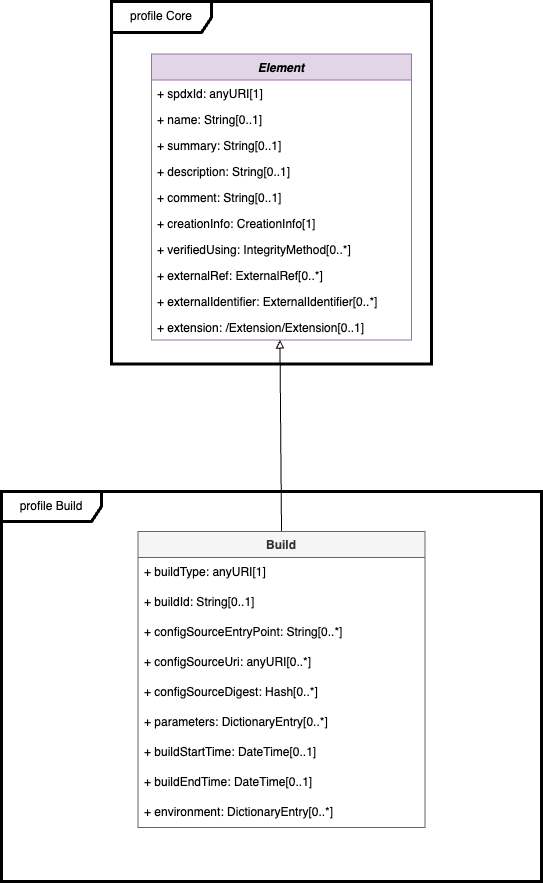
spdx/spdx-spec keeps this draw.io diagram as docs/images/model-build.png. Above is the earlier version. Source tidied: cells renumbered, new cells last; positions are measured from the earlier drawing's top-left corner, leaving out a move shared by most shapes.
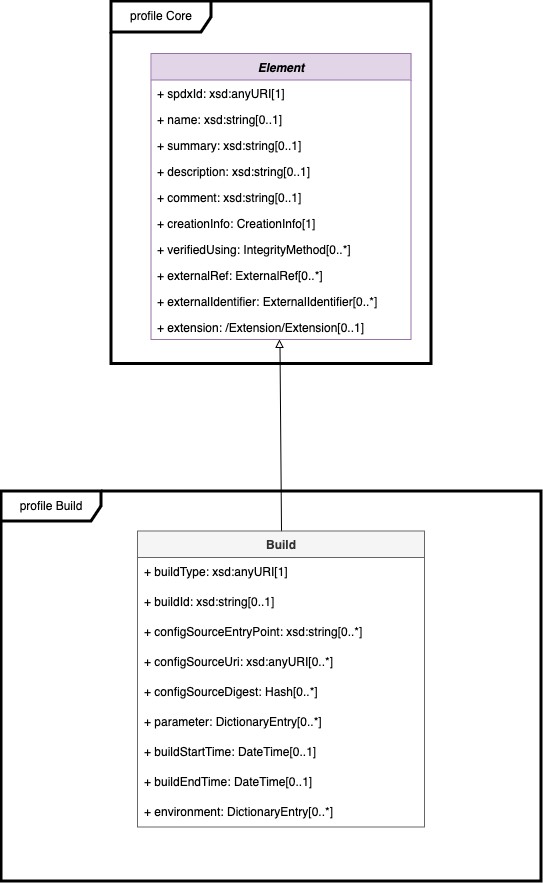
The same file after the commit.

Change to the diagram source:
```diff
@@ -8,19 +8,19 @@
     <mxCell id="3" value="Element" style="swimlane;fontStyle=3;horizontal=1;startSize=26;fillColor=#e1d5e7;strokeColor=#9673a6;" parent="1" vertex="1">
       <mxGeometry x="150" y="52.5" width="260" height="286" as="geometry" />
     </mxCell>
-    <mxCell id="4" value="+ spdxId: anyURI[1]" style="text;strokeColor=none;fillColor=none;align=left;verticalAlign=top;spacingLeft=4;spacingRight=4;overflow=hidden;" parent="3" vertex="1">
+    <mxCell id="4" value="+ spdxId: xsd:anyURI[1]" style="text;strokeColor=none;fillColor=none;align=left;verticalAlign=top;spacingLeft=4;spacingRight=4;overflow=hidden;" parent="3" vertex="1">
       <mxGeometry y="26" width="260" height="26" as="geometry" />
     </mxCell>
-    <mxCell id="5" value="+ name: String[0..1]" style="text;strokeColor=none;fillColor=none;align=left;verticalAlign=top;spacingLeft=4;spacingRight=4;overflow=hidden;" parent="3" vertex="1">
+    <mxCell id="5" value="+ name: xsd:string[0..1]" style="text;strokeColor=none;fillColor=none;align=left;verticalAlign=top;spacingLeft=4;spacingRight=4;overflow=hidden;" parent="3" vertex="1">
       <mxGeometry y="52" width="260" height="26" as="geometry" />
     </mxCell>
-    <mxCell id="6" value="+ summary: String[0..1]" style="text;strokeColor=none;fillColor=none;align=left;verticalAlign=top;spacingLeft=4;spacingRight=4;overflow=hidden;" parent="3" vertex="1">
+    <mxCell id="6" value="+ summary: xsd:string[0..1]" style="text;strokeColor=none;fillColor=none;align=left;verticalAlign=top;spacingLeft=4;spacingRight=4;overflow=hidden;" parent="3" vertex="1">
       <mxGeometry y="78" width="260" height="26" as="geometry" />
     </mxCell>
-    <mxCell id="7" value="+ description: String[0..1]" style="text;strokeColor=none;fillColor=none;align=left;verticalAlign=top;spacingLeft=4;spacingRight=4;overflow=hidden;" parent="3" vertex="1">
+    <mxCell id="7" value="+ description: xsd:string[0..1]" style="text;strokeColor=none;fillColor=none;align=left;verticalAlign=top;spacingLeft=4;spacingRight=4;overflow=hidden;" parent="3" vertex="1">
       <mxGeometry y="104" width="260" height="26" as="geometry" />
     </mxCell>
-    <mxCell id="8" value="+ comment: String[0..1]" style="text;strokeColor=none;fillColor=none;align=left;verticalAlign=top;spacingLeft=4;spacingRight=4;overflow=hidden;" parent="3" vertex="1">
+    <mxCell id="8" value="+ comment: xsd:string[0..1]" style="text;strokeColor=none;fillColor=none;align=left;verticalAlign=top;spacingLeft=4;spacingRight=4;overflow=hidden;" parent="3" vertex="1">
       <mxGeometry y="130" width="260" height="26" as="geometry" />
     </mxCell>
     <mxCell id="9" value="+ creationInfo: CreationInfo[1]" style="text;strokeColor=none;fillColor=none;align=left;verticalAlign=top;spacingLeft=4;spacingRight=4;overflow=hidden;" parent="3" vertex="1">
@@ -47,22 +47,22 @@
     <mxCell id="16" value="Build" style="swimlane;fontStyle=1;horizontal=1;startSize=26;fillColor=#f5f5f5;strokeColor=#666666;fontColor=#333333;" parent="1" vertex="1">
       <mxGeometry x="136.5" y="530" width="287" height="296" as="geometry" />
     </mxCell>
-    <mxCell id="17" value="+ buildType: anyURI[1]" style="text;strokeColor=none;fillColor=none;align=left;verticalAlign=middle;spacingLeft=4;spacingRight=4;overflow=hidden;whiteSpace=wrap;html=1;" parent="16" vertex="1">
+    <mxCell id="17" value="+ buildType: xsd:anyURI[1]" style="text;strokeColor=none;fillColor=none;align=left;verticalAlign=middle;spacingLeft=4;spacingRight=4;overflow=hidden;whiteSpace=wrap;html=1;" parent="16" vertex="1">
       <mxGeometry y="26" width="287" height="30" as="geometry" />
     </mxCell>
-    <mxCell id="18" value="+ buildId: String[0..1]" style="text;strokeColor=none;fillColor=none;align=left;verticalAlign=middle;spacingLeft=4;spacingRight=4;overflow=hidden;whiteSpace=wrap;html=1;" parent="16" vertex="1">
+    <mxCell id="18" value="+ buildId: xsd:string[0..1]" style="text;strokeColor=none;fillColor=none;align=left;verticalAlign=middle;spacingLeft=4;spacingRight=4;overflow=hidden;whiteSpace=wrap;html=1;" parent="16" vertex="1">
       <mxGeometry y="56" width="287" height="30" as="geometry" />
     </mxCell>
-    <mxCell id="19" value="+ configSourceEntryPoint: String[0..*]" style="text;strokeColor=none;fillColor=none;align=left;verticalAlign=middle;spacingLeft=4;spacingRight=4;overflow=hidden;whiteSpace=wrap;html=1;" parent="16" vertex="1">
+    <mxCell id="19" value="+ configSourceEntryPoint: xsd:string[0..*]" style="text;strokeColor=none;fillColor=none;align=left;verticalAlign=middle;spacingLeft=4;spacingRight=4;overflow=hidden;whiteSpace=wrap;html=1;" parent="16" vertex="1">
       <mxGeometry y="86" width="287" height="30" as="geometry" />
     </mxCell>
-    <mxCell id="20" value="+ configSourceUri: anyURI[0..*]" style="text;strokeColor=none;fillColor=none;align=left;verticalAlign=middle;spacingLeft=4;spacingRight=4;overflow=hidden;whiteSpace=wrap;html=1;" parent="16" vertex="1">
+    <mxCell id="20" value="+ configSourceUri: xsd:anyURI[0..*]" style="text;strokeColor=none;fillColor=none;align=left;verticalAlign=middle;spacingLeft=4;spacingRight=4;overflow=hidden;whiteSpace=wrap;html=1;" parent="16" vertex="1">
       <mxGeometry y="116" width="287" height="30" as="geometry" />
     </mxCell>
     <mxCell id="21" value="+ configSourceDigest: Hash[0..*]" style="text;strokeColor=none;fillColor=none;align=left;verticalAlign=middle;spacingLeft=4;spacingRight=4;overflow=hidden;whiteSpace=wrap;html=1;" parent="16" vertex="1">
       <mxGeometry y="146" width="287" height="30" as="geometry" />
     </mxCell>
-    <mxCell id="22" value="+ parameters: DictionaryEntry[0..*]" style="text;strokeColor=none;fillColor=none;align=left;verticalAlign=middle;spacingLeft=4;spacingRight=4;overflow=hidden;whiteSpace=wrap;html=1;" parent="16" vertex="1">
+    <mxCell id="22" value="+ parameter: DictionaryEntry[0..*]" style="text;strokeColor=none;fillColor=none;align=left;verticalAlign=middle;spacingLeft=4;spacingRight=4;overflow=hidden;whiteSpace=wrap;html=1;" parent="16" vertex="1">
       <mxGeometry y="176" width="287" height="30" as="geometry" />
     </mxCell>
     <mxCell id="23" value="+ buildStartTime: DateTime[0..1]" style="text;strokeColor=none;fillColor=none;align=left;verticalAlign=middle;spacingLeft=4;spacingRight=4;overflow=hidden;whiteSpace=wrap;html=1;" parent="16" vertex="1">
```
